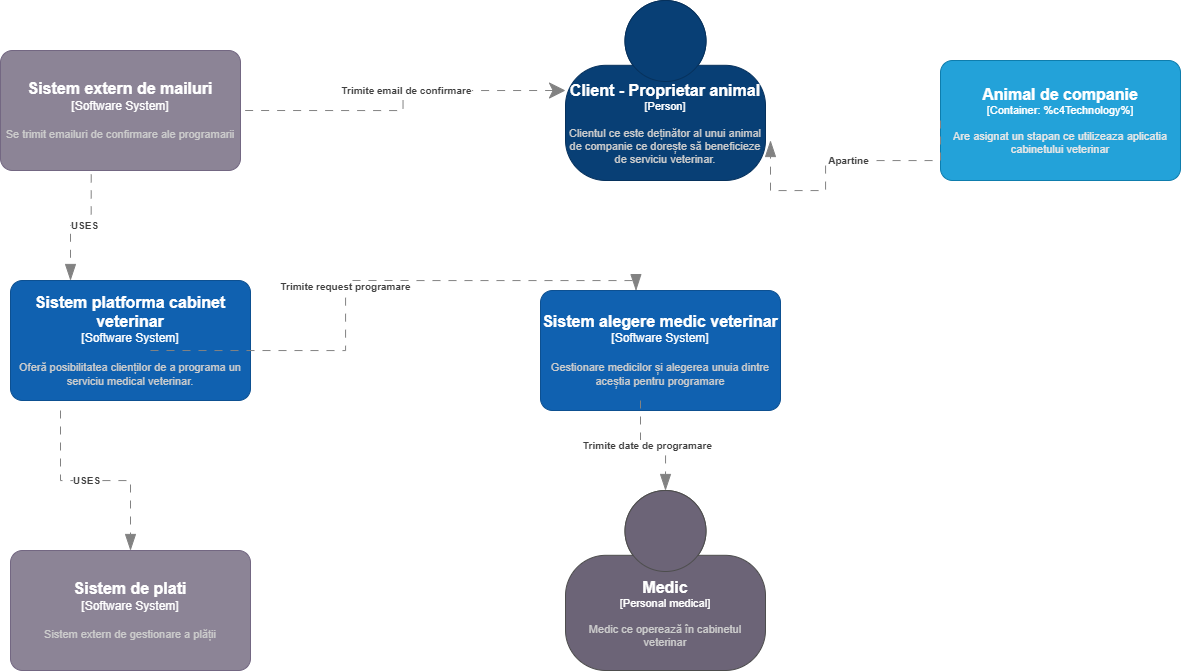
The draw.io diagram Level1-Context.png in MateiTiplea/Lab4_IP, before a commit. Source tidied: cells renumbered, new cells last; positions are measured from the earlier drawing's top-left corner, leaving out a move shared by most shapes. Source of this version:
```xml
<mxGraphModel>
  <root>
    <mxCell id="0" />
    <mxCell id="1" parent="0" />
    <object id="2" label="&lt;font style=&quot;font-size: 16px&quot;&gt;&lt;b&gt;%c4Name%&lt;/b&gt;&lt;/font&gt;&lt;div&gt;[%c4Type%]&lt;/div&gt;&lt;br&gt;&lt;div&gt;&lt;font style=&quot;font-size: 11px&quot;&gt;&lt;font color=&quot;#cccccc&quot;&gt;%c4Description%&lt;/font&gt;&lt;/div&gt;" c4Description="Clientul ce este deținător al unui animal de companie ce dorește să beneficieze de serviciu veterinar." c4Name="Client - Proprietar animal" c4Type="Person" placeholders="1">
      <mxCell style="html=1;fontSize=11;dashed=0;whiteSpace=wrap;fillColor=#083F75;strokeColor=#06315C;fontColor=#ffffff;shape=mxgraph.c4.person2;align=center;points=[[0.5,0,0],[1,0.5,0],[1,0.75,0],[0.75,1,0],[0.5,1,0],[0.25,1,0],[0,0.75,0],[0,0.5,0]];" parent="1" vertex="1">
        <mxGeometry x="565" width="200" height="180" as="geometry" />
      </mxCell>
    </object>
    <object id="3" label="&lt;font style=&quot;font-size: 16px&quot;&gt;&lt;b&gt;%c4Name%&lt;/b&gt;&lt;/font&gt;&lt;div&gt;[%c4Type%]&lt;/div&gt;&lt;br&gt;&lt;div&gt;&lt;font style=&quot;font-size: 11px&quot;&gt;&lt;font color=&quot;#cccccc&quot;&gt;%c4Description%&lt;/font&gt;&lt;/div&gt;" c4Description="Oferă posibilitatea clienților de a programa un serviciu medical veterinar." c4Name="Sistem platforma cabinet veterinar" c4Type="Software System" placeholders="1">
      <mxCell style="rounded=1;whiteSpace=wrap;html=1;labelBackgroundColor=none;fillColor=#1061B0;fontColor=#ffffff;align=center;arcSize=10;strokeColor=#0D5091;points=[[0.25,0,0],[0.5,0,0],[0.75,0,0],[1,0.25,0],[1,0.5,0],[1,0.75,0],[0.75,1,0],[0.5,1,0],[0.25,1,0],[0,0.75,0],[0,0.5,0],[0,0.25,0]];" parent="1" vertex="1">
        <mxGeometry x="10" y="280" width="240" height="120" as="geometry" />
      </mxCell>
    </object>
    <object id="4" label="&lt;font style=&quot;font-size: 16px&quot;&gt;&lt;b&gt;%c4Name%&lt;/b&gt;&lt;/font&gt;&lt;div&gt;[%c4Type%]&lt;/div&gt;&lt;br&gt;&lt;div&gt;&lt;font style=&quot;font-size: 11px&quot;&gt;&lt;font color=&quot;#cccccc&quot;&gt;%c4Description%&lt;/font&gt;&lt;/div&gt;" c4Description="Sistem extern de gestionare a plății" c4Name="Sistem de plati" c4Type="Software System" placeholders="1">
      <mxCell style="rounded=1;whiteSpace=wrap;html=1;labelBackgroundColor=none;fillColor=#8C8496;fontColor=#ffffff;align=center;arcSize=10;strokeColor=#736782;points=[[0.25,0,0],[0.5,0,0],[0.75,0,0],[1,0.25,0],[1,0.5,0],[1,0.75,0],[0.75,1,0],[0.5,1,0],[0.25,1,0],[0,0.75,0],[0,0.5,0],[0,0.25,0]];" parent="1" vertex="1">
        <mxGeometry x="10" y="550" width="240" height="120" as="geometry" />
      </mxCell>
    </object>
    <object id="5" label="&lt;div style=&quot;text-align: left&quot;&gt;&lt;div style=&quot;text-align: center&quot;&gt;&lt;b&gt;%c4Description%&lt;/b&gt;&lt;/div&gt;" c4Description="USES" placeholders="1">
      <mxCell style="endArrow=blockThin;html=1;fontSize=10;fontColor=#404040;strokeWidth=1;endFill=1;strokeColor=#828282;elbow=vertical;endSize=14;startSize=14;jumpStyle=arc;jumpSize=16;rounded=0;edgeStyle=orthogonalEdgeStyle;entryX=0.5;entryY=0;entryDx=0;entryDy=0;entryPerimeter=0;dashed=1;dashPattern=8 8;exitX=0;exitY=0.75;exitDx=0;exitDy=0;exitPerimeter=0;" parent="1" edge="1" target="4">
        <mxGeometry x="-0.09" relative="1" as="geometry">
          <mxPoint x="60" y="410" as="sourcePoint" />
        </mxGeometry>
      </mxCell>
    </object>
    <object id="6" label="&lt;font style=&quot;font-size: 16px&quot;&gt;&lt;b&gt;%c4Name%&lt;/b&gt;&lt;/font&gt;&lt;div&gt;[%c4Type%]&lt;/div&gt;&lt;br&gt;&lt;div&gt;&lt;font style=&quot;font-size: 11px&quot;&gt;&lt;font color=&quot;#cccccc&quot;&gt;%c4Description%&lt;/font&gt;&lt;/div&gt;" c4Description="Se trimit emailuri de confirmare ale programarii" c4Name="Sistem extern de mailuri" c4Type="Software System" placeholders="1">
      <mxCell style="rounded=1;whiteSpace=wrap;html=1;labelBackgroundColor=none;fillColor=#8C8496;fontColor=#ffffff;align=center;arcSize=10;strokeColor=#736782;points=[[0.25,0,0],[0.5,0,0],[0.75,0,0],[1,0.25,0],[1,0.5,0],[1,0.75,0],[0.75,1,0],[0.5,1,0],[0.25,1,0],[0,0.75,0],[0,0.5,0],[0,0.25,0]];" parent="1" vertex="1">
        <mxGeometry y="50" width="240" height="120" as="geometry" />
      </mxCell>
    </object>
    <object id="7" label="&lt;div style=&quot;text-align: left&quot;&gt;&lt;div style=&quot;text-align: center&quot;&gt;&lt;b&gt;%c4Description%&lt;/b&gt;&lt;/div&gt;" c4Description="USES" placeholders="1">
      <mxCell style="endArrow=blockThin;html=1;fontSize=10;fontColor=#404040;strokeWidth=1;endFill=1;strokeColor=#828282;elbow=vertical;endSize=14;startSize=14;jumpStyle=arc;jumpSize=16;rounded=0;edgeStyle=orthogonalEdgeStyle;entryX=0.25;entryY=0;entryDx=0;entryDy=0;entryPerimeter=0;dashed=1;dashPattern=8 8;exitX=0.378;exitY=1.033;exitDx=0;exitDy=0;exitPerimeter=0;" parent="1" edge="1" source="6" target="3">
        <mxGeometry x="-0.09" relative="1" as="geometry" />
      </mxCell>
    </object>
    <object id="8" label="&lt;div style=&quot;text-align: left&quot;&gt;&lt;div style=&quot;text-align: center&quot;&gt;&lt;b&gt;%c4Description%&lt;/b&gt;&lt;/div&gt;" c4Description="Trimite email de confirmare" placeholders="1">
      <mxCell style="endArrow=none;html=1;fontSize=10;fontColor=#404040;strokeWidth=1;endFill=0;strokeColor=#828282;elbow=vertical;endSize=14;startSize=14;jumpStyle=arc;jumpSize=16;rounded=0;edgeStyle=orthogonalEdgeStyle;entryX=1;entryY=0.5;entryDx=0;entryDy=0;entryPerimeter=0;dashed=1;dashPattern=8 8;exitX=0;exitY=0.5;exitDx=0;exitDy=0;exitPerimeter=0;startArrow=classic;startFill=1;" parent="1" edge="1" source="2" target="6">
        <mxGeometry x="-0.08" relative="1" as="geometry" />
      </mxCell>
    </object>
    <object id="9" label="&lt;font style=&quot;font-size: 16px&quot;&gt;&lt;b&gt;%c4Name%&lt;/b&gt;&lt;/font&gt;&lt;div&gt;[%c4Type%]&lt;/div&gt;&lt;br&gt;&lt;div&gt;&lt;font style=&quot;font-size: 11px&quot;&gt;&lt;font color=&quot;#cccccc&quot;&gt;%c4Description%&lt;/font&gt;&lt;/div&gt;" c4Description="Gestionare medicilor și alegerea unuia dintre aceștia pentru programare" c4Name="Sistem alegere medic veterinar" c4Type="Software System" placeholders="1">
      <mxCell style="rounded=1;whiteSpace=wrap;html=1;labelBackgroundColor=none;fillColor=#1061B0;fontColor=#ffffff;align=center;arcSize=10;strokeColor=#0D5091;points=[[0.25,0,0],[0.5,0,0],[0.75,0,0],[1,0.25,0],[1,0.5,0],[1,0.75,0],[0.75,1,0],[0.5,1,0],[0.25,1,0],[0,0.75,0],[0,0.5,0],[0,0.25,0]];" parent="1" vertex="1">
        <mxGeometry x="540" y="290" width="240" height="120" as="geometry" />
      </mxCell>
    </object>
    <object id="10" label="&lt;div style=&quot;text-align: left&quot;&gt;&lt;div style=&quot;text-align: center&quot;&gt;&lt;b&gt;%c4Description%&lt;/b&gt;&lt;/div&gt;" c4Description="Trimite request programare" placeholders="1">
      <mxCell style="endArrow=blockThin;html=1;fontSize=10;fontColor=#404040;strokeWidth=1;endFill=1;strokeColor=#828282;elbow=vertical;endSize=14;startSize=14;jumpStyle=arc;jumpSize=16;rounded=0;edgeStyle=orthogonalEdgeStyle;entryX=0.398;entryY=0.001;entryDx=0;entryDy=0;entryPerimeter=0;dashed=1;dashPattern=8 8;" parent="1" edge="1" target="9">
        <mxGeometry x="-0.09" relative="1" as="geometry">
          <mxPoint x="150" y="350" as="sourcePoint" />
          <Array as="points">
            <mxPoint x="345" y="350" />
            <mxPoint x="345" y="280" />
            <mxPoint x="635" y="280" />
          </Array>
        </mxGeometry>
      </mxCell>
    </object>
    <object id="11" label="&lt;font style=&quot;font-size: 16px&quot;&gt;&lt;b&gt;%c4Name%&lt;/b&gt;&lt;/font&gt;&lt;div&gt;[%c4Type%]&lt;/div&gt;&lt;br&gt;&lt;div&gt;&lt;font style=&quot;font-size: 11px&quot;&gt;&lt;font color=&quot;#cccccc&quot;&gt;%c4Description%&lt;/font&gt;&lt;/div&gt;" c4Description="Medic ce operează în cabinetul veterinar" c4Name="Medic" c4Type="Personal medical" placeholders="1">
      <mxCell style="html=1;fontSize=11;dashed=0;whiteSpace=wrap;fillColor=#6C6477;strokeColor=#4D4D4D;fontColor=#ffffff;shape=mxgraph.c4.person2;align=center;points=[[0.5,0,0],[1,0.5,0],[1,0.75,0],[0.75,1,0],[0.5,1,0],[0.25,1,0],[0,0.75,0],[0,0.5,0]];" parent="1" vertex="1">
        <mxGeometry x="565" y="490" width="200" height="180" as="geometry" />
      </mxCell>
    </object>
    <object id="12" label="&lt;div style=&quot;text-align: left&quot;&gt;&lt;div style=&quot;text-align: center&quot;&gt;&lt;b&gt;%c4Description%&lt;/b&gt;&lt;/div&gt;" c4Description="Trimite date de programare" placeholders="1">
      <mxCell style="endArrow=blockThin;html=1;fontSize=10;fontColor=#404040;strokeWidth=1;endFill=1;strokeColor=#828282;elbow=vertical;endSize=14;startSize=14;jumpStyle=arc;jumpSize=16;rounded=0;edgeStyle=orthogonalEdgeStyle;entryX=0.5;entryY=0;entryDx=0;entryDy=0;entryPerimeter=0;dashed=1;dashPattern=8 8;" parent="1" edge="1" target="11">
        <mxGeometry x="-0.09" relative="1" as="geometry">
          <mxPoint x="640" y="400" as="sourcePoint" />
        </mxGeometry>
      </mxCell>
    </object>
    <object id="13" label="&lt;font style=&quot;font-size: 16px&quot;&gt;&lt;b&gt;%c4Name%&lt;/b&gt;&lt;/font&gt;&lt;div&gt;[%c4Type%: %c4Technology%]&lt;/div&gt;&lt;br&gt;&lt;div&gt;&lt;font style=&quot;font-size: 11px&quot;&gt;&lt;font color=&quot;#E6E6E6&quot;&gt;%c4Description%&lt;/font&gt;&lt;/div&gt;" c4Description="Are asignat un stapan ce utilizeaza aplicatia cabinetului veterinar" c4Name="Animal de companie" c4Type="Container" placeholders="1">
      <mxCell style="rounded=1;whiteSpace=wrap;html=1;fontSize=11;labelBackgroundColor=none;fillColor=#23A2D9;fontColor=#ffffff;align=center;arcSize=10;strokeColor=#0E7DAD;points=[[0.25,0,0],[0.5,0,0],[0.75,0,0],[1,0.25,0],[1,0.5,0],[1,0.75,0],[0.75,1,0],[0.5,1,0],[0.25,1,0],[0,0.75,0],[0,0.5,0],[0,0.25,0]];" parent="1" vertex="1">
        <mxGeometry x="940" y="60" width="240" height="120" as="geometry" />
      </mxCell>
    </object>
    <object id="14" label="&lt;div style=&quot;text-align: left&quot;&gt;&lt;div style=&quot;text-align: center&quot;&gt;&lt;b&gt;%c4Description%&lt;/b&gt;&lt;/div&gt;" c4Description="Apartine" placeholders="1">
      <mxCell style="endArrow=blockThin;html=1;fontSize=10;fontColor=#404040;strokeWidth=1;endFill=1;strokeColor=#828282;elbow=vertical;endSize=14;startSize=14;jumpStyle=arc;jumpSize=16;rounded=0;edgeStyle=orthogonalEdgeStyle;dashed=1;dashPattern=8 8;exitX=0;exitY=0.5;exitDx=0;exitDy=0;exitPerimeter=0;" parent="1" edge="1" source="13">
        <mxGeometry x="-0.09" relative="1" as="geometry">
          <mxPoint x="770" y="140" as="targetPoint" />
          <Array as="points">
            <mxPoint x="840" y="160" />
            <mxPoint x="825" y="160" />
            <mxPoint x="825" y="190" />
            <mxPoint x="770" y="190" />
            <mxPoint x="770" y="200" />
          </Array>
        </mxGeometry>
      </mxCell>
    </object>
  </root>
</mxGraphModel>
```
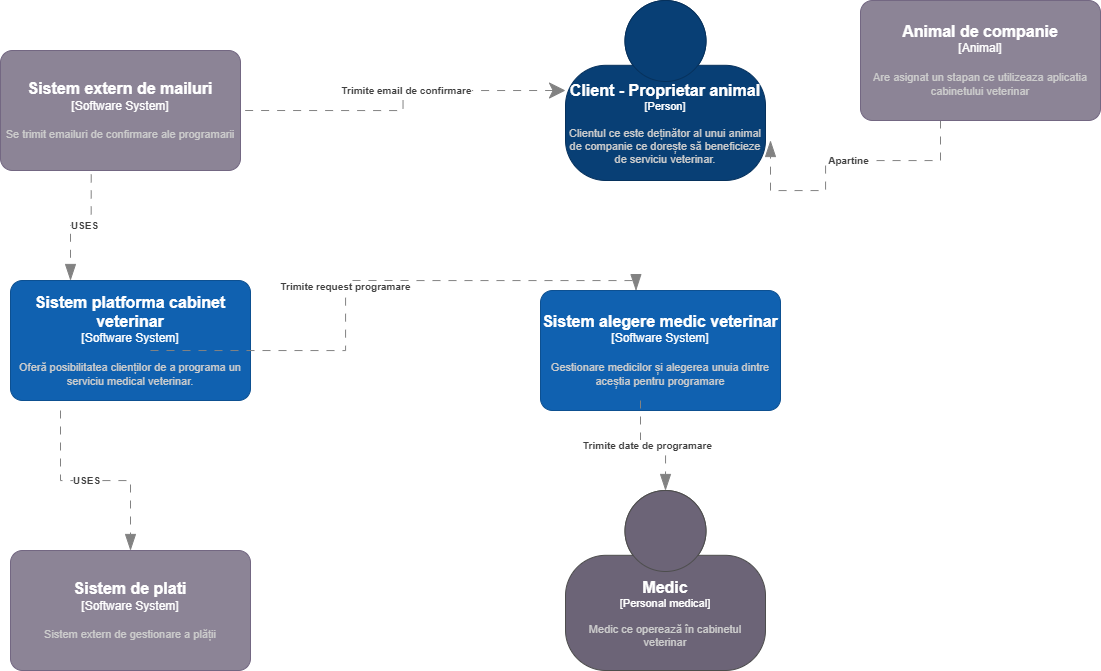
After the change.

Commit message:
Resolved problems - animal

Change to the diagram source:
```diff
@@ -68,14 +68,10 @@
         </mxGeometry>
       </mxCell>
     </object>
-    <object id="13" label="&lt;font style=&quot;font-size: 16px&quot;&gt;&lt;b&gt;%c4Name%&lt;/b&gt;&lt;/font&gt;&lt;div&gt;[%c4Type%: %c4Technology%]&lt;/div&gt;&lt;br&gt;&lt;div&gt;&lt;font style=&quot;font-size: 11px&quot;&gt;&lt;font color=&quot;#E6E6E6&quot;&gt;%c4Description%&lt;/font&gt;&lt;/div&gt;" c4Description="Are asignat un stapan ce utilizeaza aplicatia cabinetului veterinar" c4Name="Animal de companie" c4Type="Container" placeholders="1">
-      <mxCell style="rounded=1;whiteSpace=wrap;html=1;fontSize=11;labelBackgroundColor=none;fillColor=#23A2D9;fontColor=#ffffff;align=center;arcSize=10;strokeColor=#0E7DAD;points=[[0.25,0,0],[0.5,0,0],[0.75,0,0],[1,0.25,0],[1,0.5,0],[1,0.75,0],[0.75,1,0],[0.5,1,0],[0.25,1,0],[0,0.75,0],[0,0.5,0],[0,0.25,0]];" parent="1" vertex="1">
-        <mxGeometry x="940" y="60" width="240" height="120" as="geometry" />
-      </mxCell>
-    </object>
     <object id="14" label="&lt;div style=&quot;text-align: left&quot;&gt;&lt;div style=&quot;text-align: center&quot;&gt;&lt;b&gt;%c4Description%&lt;/b&gt;&lt;/div&gt;" c4Description="Apartine" placeholders="1">
-      <mxCell style="endArrow=blockThin;html=1;fontSize=10;fontColor=#404040;strokeWidth=1;endFill=1;strokeColor=#828282;elbow=vertical;endSize=14;startSize=14;jumpStyle=arc;jumpSize=16;rounded=0;edgeStyle=orthogonalEdgeStyle;dashed=1;dashPattern=8 8;exitX=0;exitY=0.5;exitDx=0;exitDy=0;exitPerimeter=0;" parent="1" edge="1" source="13">
+      <mxCell style="endArrow=blockThin;html=1;fontSize=10;fontColor=#404040;strokeWidth=1;endFill=1;strokeColor=#828282;elbow=vertical;endSize=14;startSize=14;jumpStyle=arc;jumpSize=16;rounded=0;edgeStyle=orthogonalEdgeStyle;dashed=1;dashPattern=8 8;exitX=0;exitY=0.5;exitDx=0;exitDy=0;exitPerimeter=0;" parent="1" edge="1">
         <mxGeometry x="-0.09" relative="1" as="geometry">
+          <mxPoint x="940" y="120" as="sourcePoint" />
           <mxPoint x="770" y="140" as="targetPoint" />
           <Array as="points">
             <mxPoint x="840" y="160" />
@@ -87,5 +83,10 @@
         </mxGeometry>
       </mxCell>
     </object>
+    <object id="15" label="&lt;font style=&quot;font-size: 16px&quot;&gt;&lt;b&gt;%c4Name%&lt;/b&gt;&lt;/font&gt;&lt;div&gt;[%c4Type%]&lt;/div&gt;&lt;br&gt;&lt;div&gt;&lt;font style=&quot;font-size: 11px&quot;&gt;&lt;font color=&quot;#cccccc&quot;&gt;%c4Description%&lt;/font&gt;&lt;/div&gt;" c4Description="Are asignat un stapan ce utilizeaza aplicatia cabinetului veterinar" c4Name="Animal de companie" c4Type="Animal" placeholders="1">
+      <mxCell style="rounded=1;whiteSpace=wrap;html=1;labelBackgroundColor=none;fillColor=#8C8496;fontColor=#ffffff;align=center;arcSize=10;strokeColor=#736782;" parent="1" vertex="1">
+        <mxGeometry x="860" width="240" height="120" as="geometry" />
+      </mxCell>
+    </object>
   </root>
 </mxGraphModel>
```
